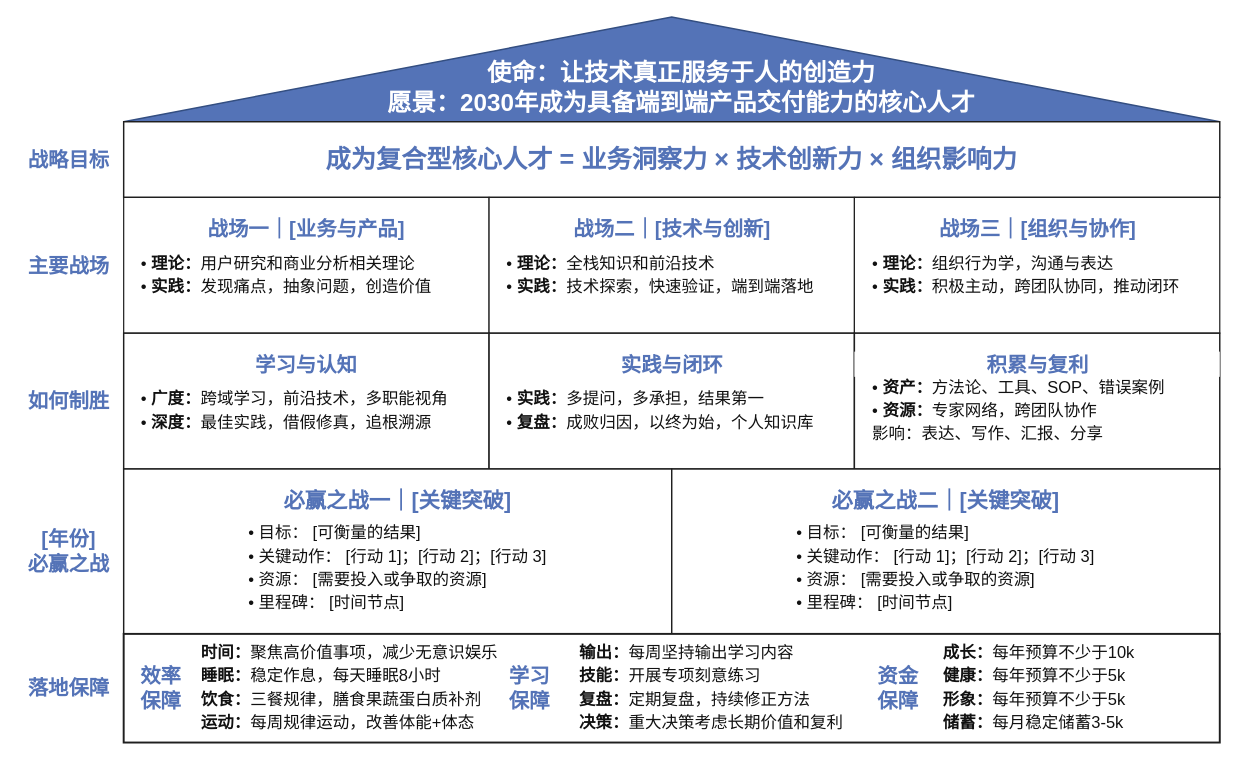
Before: 个人战略屋模板.drawio in beauc114514/beauc114514, a draw.io diagram. Source tidied: cells renumbered, new cells numbered last; positions are measured from the earlier drawing's top-left corner, leaving out a move shared by most shapes. Both pictures are drawn from the tidied source at 97%, with x=0, y=0 at pixel (16, 16).
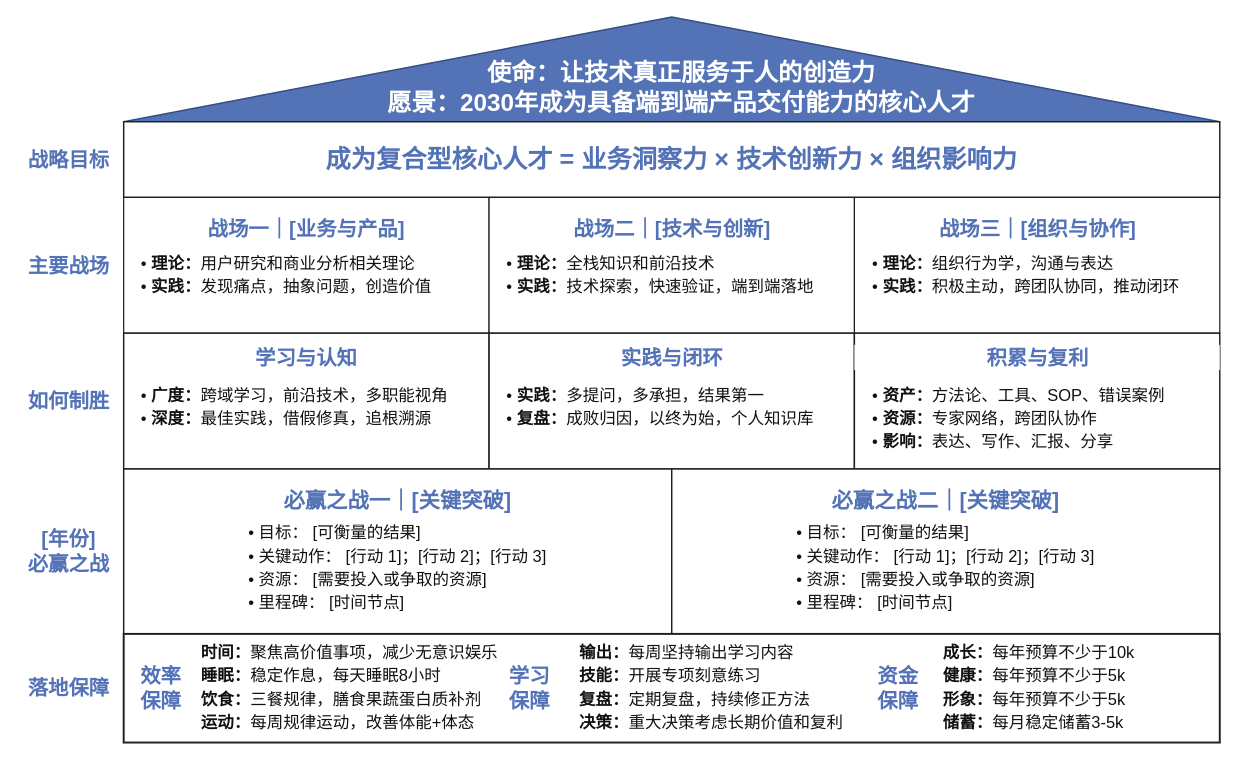
Above is the later version.

Commit message:
适配如何制胜新增内容

Diff of the diagram source:
```diff
@@
     <mxCell id="19" value="学习与认知" style="text;html=1;align=center;verticalAlign=middle;spacing=0;strokeColor=none;fillColor=none;fontColor=#5473B7;fontFamily=PingFang SC;fontSize=21;fontStyle=1;" parent="1" vertex="1">
-      <mxGeometry x="110" y="345" width="376.7" height="26" as="geometry" />
+      <mxGeometry x="110" y="338" width="376.7" height="26" as="geometry" />
     </mxCell>
     <mxCell id="20" value="实践与闭环" style="text;html=1;align=center;verticalAlign=middle;spacing=0;strokeColor=none;fillColor=none;fontColor=#5473B7;fontFamily=PingFang SC;fontSize=21;fontStyle=1;" parent="1" vertex="1">
-      <mxGeometry x="486.7" y="345" width="376.7" height="26" as="geometry" />
+      <mxGeometry x="486.7" y="338" width="376.7" height="26" as="geometry" />
     </mxCell>
     <mxCell id="21" value="积累与复利" style="text;html=1;align=center;verticalAlign=middle;spacing=0;strokeColor=none;fillColor=#FFFFFF;fontColor=#5473B7;fontFamily=PingFang SC;fontSize=21;fontStyle=1;" parent="1" vertex="1">
-      <mxGeometry x="863.3" y="345" width="376.7" height="26" as="geometry" />
+      <mxGeometry x="863.3" y="338" width="376.7" height="26" as="geometry" />
     </mxCell>
-    <mxCell id="22" value="&lt;div style=&quot;font-size:17px;line-height:24px;&quot;&gt;• &lt;b&gt;广度：&lt;/b&gt;跨域学习，前沿技术，多职能视角&lt;br&gt;• &lt;b&gt;深度：&lt;/b&gt;最佳实践，借假修真，追根溯源&lt;/div&gt;" style="text;html=1;align=left;verticalAlign=middle;spacing=0;strokeColor=none;fillColor=none;fontColor=#111111;fontFamily=PingFang SC;fontSize=17;" parent="1" vertex="1">
-      <mxGeometry x="128" y="379" width="340" height="54" as="geometry" />
+    <mxCell id="22" value="&lt;div style=&quot;font-size:17px;line-height:24px;&quot;&gt;• &lt;b&gt;广度：&lt;/b&gt;跨域学习，前沿技术，多职能视角&lt;br&gt;• &lt;b&gt;深度：&lt;/b&gt;最佳实践，借假修真，追根溯源&lt;/div&gt;" style="text;html=1;align=left;verticalAlign=top;spacing=0;strokeColor=none;fillColor=none;fontColor=#111111;fontFamily=PingFang SC;fontSize=17;" parent="1" vertex="1">
+      <mxGeometry x="128" y="374" width="340" height="78" as="geometry" />
     </mxCell>
-    <mxCell id="23" value="&lt;div style=&quot;font-size:17px;line-height:24px;&quot;&gt;• &lt;b&gt;实践：&lt;/b&gt;多提问，多承担，结果第一&lt;br&gt;• &lt;b&gt;复盘：&lt;/b&gt;成败归因，以终为始，个人知识库&lt;/div&gt;" style="text;html=1;align=left;verticalAlign=middle;spacing=0;strokeColor=none;fillColor=none;fontColor=#111111;fontFamily=PingFang SC;fontSize=17;" parent="1" vertex="1">
-      <mxGeometry x="505" y="379" width="340" height="54" as="geometry" />
+    <mxCell id="23" value="&lt;div style=&quot;font-size:17px;line-height:24px;&quot;&gt;• &lt;b&gt;实践：&lt;/b&gt;多提问，多承担，结果第一&lt;br&gt;• &lt;b&gt;复盘：&lt;/b&gt;成败归因，以终为始，个人知识库&lt;/div&gt;" style="text;html=1;align=left;verticalAlign=top;spacing=0;strokeColor=none;fillColor=none;fontColor=#111111;fontFamily=PingFang SC;fontSize=17;" parent="1" vertex="1">
+      <mxGeometry x="505" y="374" width="340" height="78" as="geometry" />
     </mxCell>
-    <mxCell id="24" value="&lt;div style=&quot;font-size:17px;line-height:24px;&quot;&gt;• &lt;b&gt;资产：&lt;/b&gt;方法论、工具、SOP、错误案例&lt;br&gt;• &lt;b&gt;资源：&lt;/b&gt;专家网络，跨团队协作&lt;/div&gt;&lt;div style=&quot;font-size:17px;line-height:24px;&quot;&gt;影响：&lt;span style=&quot;background-color: transparent; color: light-dark(rgb(17, 17, 17), rgb(223, 223, 223));&quot;&gt;表达、写作、汇报、分享&lt;/span&gt;&lt;/div&gt;" style="text;html=1;align=left;verticalAlign=middle;spacing=0;strokeColor=none;fillColor=none;fontColor=#111111;fontFamily=PingFang SC;fontSize=17;" parent="1" vertex="1">
-      <mxGeometry x="882" y="379" width="340" height="54" as="geometry" />
+    <mxCell id="24" value="&lt;div style=&quot;font-size:17px;line-height:24px;&quot;&gt;• &lt;b&gt;资产：&lt;/b&gt;方法论、工具、SOP、错误案例&lt;br&gt;• &lt;b&gt;资源：&lt;/b&gt;专家网络，跨团队协作&lt;br&gt;• &lt;b&gt;影响：&lt;/b&gt;表达、写作、汇报、分享&lt;/div&gt;" style="text;html=1;align=left;verticalAlign=top;spacing=0;strokeColor=none;fillColor=none;fontColor=#111111;fontFamily=PingFang SC;fontSize=17;" parent="1" vertex="1">
+      <mxGeometry x="882" y="374" width="340" height="78" as="geometry" />
     </mxCell>
```
